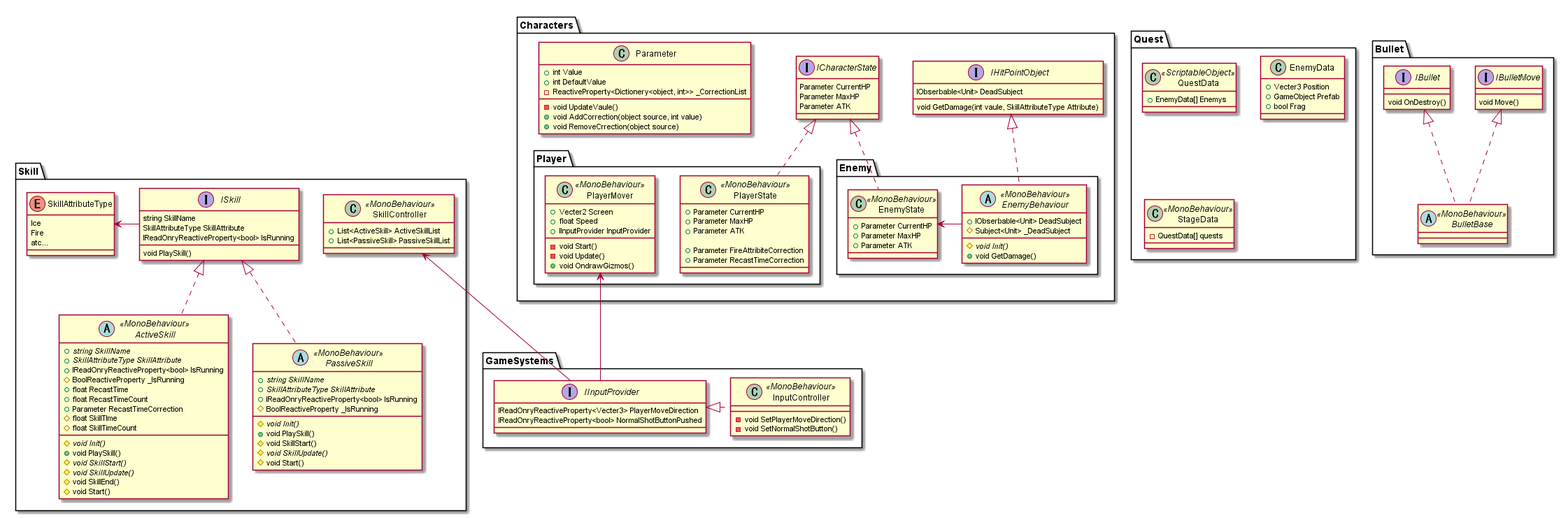
Earlier version of the PlantUML export MainSystemClasses.png (somethingshooting/SomethingShooting_Core).
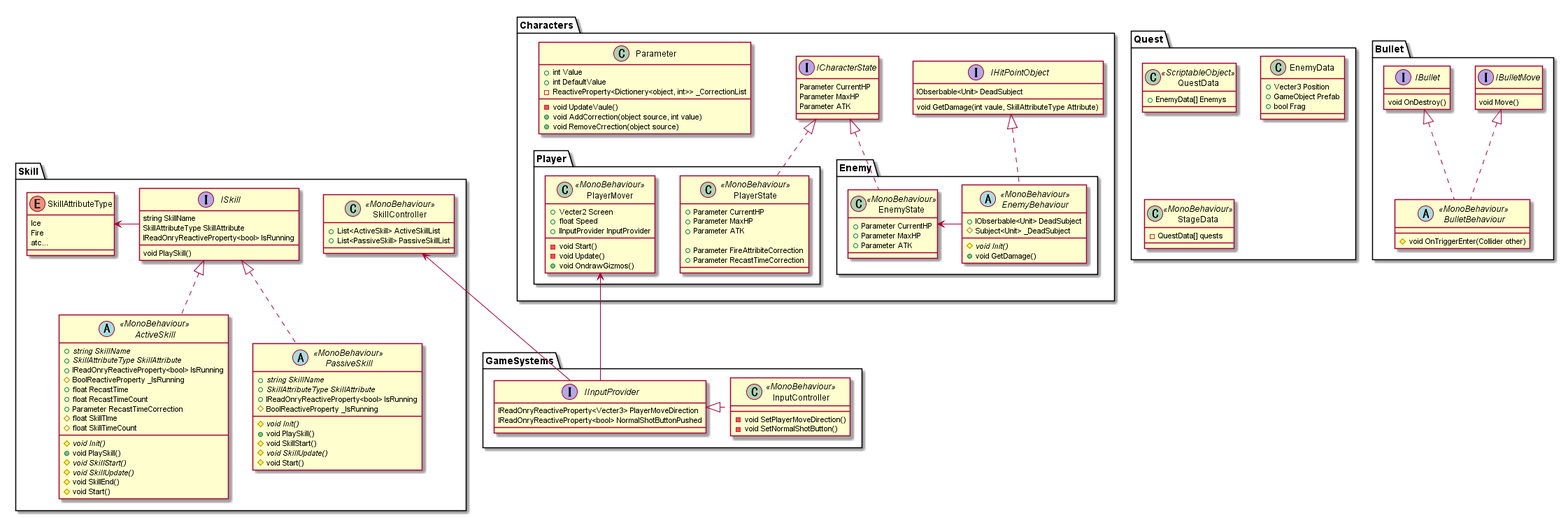
Later version of the same file.

Commit message:
Bullet周りを微修正

Change to the diagram source:
```diff
@@ -65,19 +65,19 @@
 }
 
 package Bullet{
-    abstract BulletBase <<MonoBehaviour>>{
-
+    abstract BulletBehaviour <<MonoBehaviour>>{
+        # void OnTriggerEnter(Collider other)
     }
 
     interface IBulletMove{
         void Move()
     }
-    IBulletMove <|.. BulletBase
+    IBulletMove <|.. BulletBehaviour
 
     interface IBullet{
         void OnDestroy()
     }
-    IBullet <|.. BulletBase
+    IBullet <|.. BulletBehaviour
 }
 
 package Skill{
```
